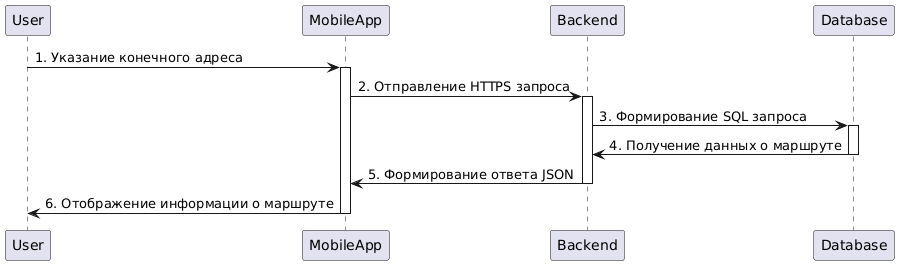
Before: Sinyagin_Andrey/UML/diagram.png, a diagram exported from PlantUML (abdullahproff/BSA21_1).
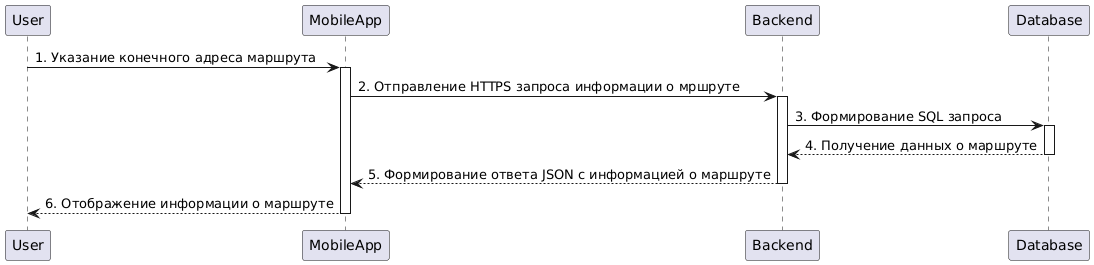
After the change.

Change to the diagram source:
```diff
@@ -4,21 +4,21 @@
 participant Backend as B
 participant Database as DB
 
-U -> MA : 1. Указание конечного адреса
+U -> MA : 1. Указание конечного адреса маршрута
 activate MA
 
-MA -> B : 2. Отправление HTTPS запроса
+MA -> B : 2. Отправление HTTPS запроса информации о мршруте
 activate B
 
 B -> DB : 3. Формирование SQL запроса
 activate DB
 
-DB -> B : 4. Получение данных о маршруте
+DB --> B : 4. Получение данных о маршруте
 deactivate DB
 
-B -> MA : 5. Формирование ответа JSON
+B --> MA : 5. Формирование ответа JSON с информацией о маршруте
 deactivate B
 
-MA -> U : 6. Отображение информации о маршруте
+MA --> U : 6. Отображение информации о маршруте
 deactivate MA
 @enduml
```
